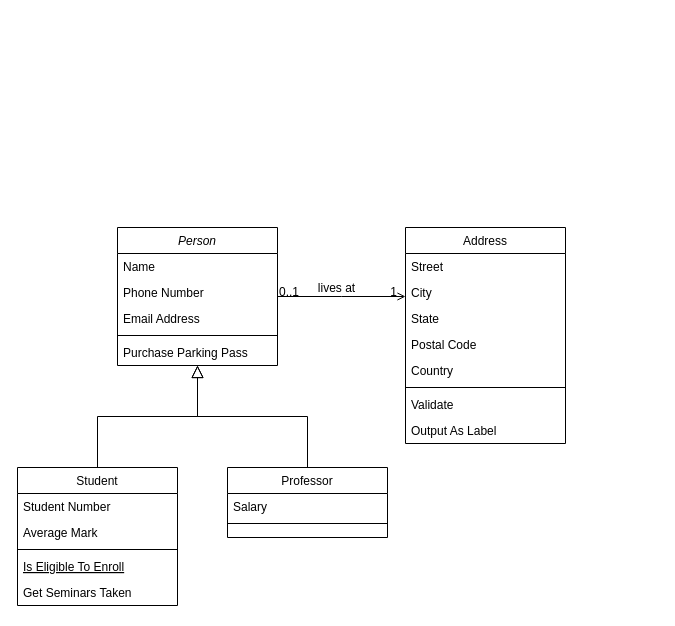
ArexdOr/ImgBed keeps this draw.io diagram as 软件设计第四章.drawio. Above is the earlier version. Source tidied: cells renumbered, new cells numbered last; positions are measured from the earlier drawing's top-left corner, leaving out a move shared by most shapes. Both pictures are drawn from the tidied source at 100%, with x=0, y=0 at pixel (17, 227).
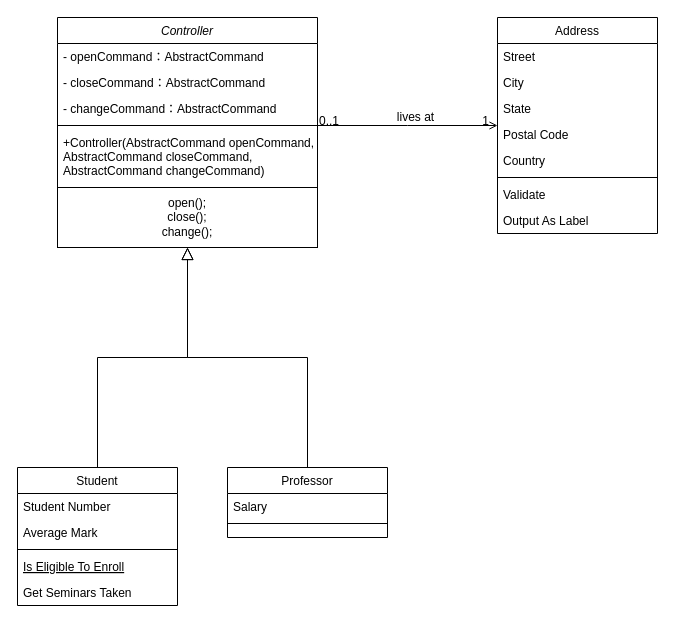
The same diagram, later.

Commit message (it also covers changes not shown here):
更新软件设计第四章.drawio

Diff of the diagram source:
```diff
@@
-    <mxCell id="2" value="Person" style="swimlane;fontStyle=2;align=center;verticalAlign=top;horizontal=1;startSize=26;rounded=0;shadow=0;strokeWidth=1;" parent="1" vertex="1">
-      <mxGeometry x="100" width="160" height="138" as="geometry" />
+    <mxCell id="2" value="Controller" style="swimlane;fontStyle=2;align=center;verticalAlign=top;horizontal=1;startSize=26;rounded=0;shadow=0;strokeWidth=1;" parent="1" vertex="1">
+      <mxGeometry x="40" y="-210" width="260" height="230" as="geometry" />
     </mxCell>
-    <mxCell id="3" value="Name" style="text;align=left;verticalAlign=top;spacingLeft=4;spacingRight=4;overflow=hidden;" parent="2" vertex="1">
-      <mxGeometry y="26" width="160" height="26" as="geometry" />
+    <mxCell id="3" value="- openCommand：AbstractCommand" style="text;align=left;verticalAlign=top;spacingLeft=4;spacingRight=4;overflow=hidden;" parent="2" vertex="1">
+      <mxGeometry y="26" width="260" height="26" as="geometry" />
     </mxCell>
-    <mxCell id="4" value="Phone Number" style="text;align=left;verticalAlign=top;spacingLeft=4;spacingRight=4;overflow=hidden;rounded=0;shadow=0;html=0;" parent="2" vertex="1">
-      <mxGeometry y="52" width="160" height="26" as="geometry" />
-    </mxCell>
-    <mxCell id="5" value="Email Address" style="text;align=left;verticalAlign=top;spacingLeft=4;spacingRight=4;overflow=hidden;rounded=0;shadow=0;html=0;" parent="2" vertex="1">
-      <mxGeometry y="78" width="160" height="26" as="geometry" />
-    </mxCell>
+    <mxCell id="32" value="- closeCommand：AbstractCommand" style="text;align=left;verticalAlign=top;spacingLeft=4;spacingRight=4;overflow=hidden;" parent="2" vertex="1">
+      <mxGeometry y="52" width="260" height="26" as="geometry" />
+    </mxCell>
+    <mxCell id="33" value="- changeCommand：AbstractCommand" style="text;align=left;verticalAlign=top;spacingLeft=4;spacingRight=4;overflow=hidden;" parent="2" vertex="1">
+      <mxGeometry y="78" width="260" height="26" as="geometry" />
+    </mxCell>
     <mxCell id="6" style="line;html=1;strokeWidth=1;align=left;verticalAlign=middle;spacingTop=-1;spacingLeft=3;spacingRight=3;labelPosition=right;" parent="2" vertex="1">
-      <mxGeometry y="104" width="160" height="8" as="geometry" />
+      <mxGeometry y="104" width="260" height="8" as="geometry" />
     </mxCell>
-    <mxCell id="7" value="Purchase Parking Pass" style="text;align=left;verticalAlign=top;spacingLeft=4;spacingRight=4;overflow=hidden;" parent="2" vertex="1">
-      <mxGeometry y="112" width="160" height="26" as="geometry" />
+    <mxCell id="7" value="+Controller(AbstractCommand openCommand,&#10;AbstractCommand closeCommand,&#10;AbstractCommand changeCommand)" style="text;align=left;verticalAlign=top;spacingLeft=4;spacingRight=4;overflow=hidden;" parent="2" vertex="1">
+      <mxGeometry y="112" width="260" height="58" as="geometry" />
     </mxCell>
+    <mxCell id="34" value="open();&lt;br&gt;close();&lt;br&gt;change();" style="whiteSpace=wrap;html=1;" parent="2" vertex="1">
+      <mxGeometry y="170" width="260" height="60" as="geometry" />
+    </mxCell>
@@
     <mxCell id="19" value="Address" style="swimlane;fontStyle=0;align=center;verticalAlign=top;horizontal=1;startSize=26;rounded=0;shadow=0;strokeWidth=1;" parent="1" vertex="1">
-      <mxGeometry x="388" width="160" height="216" as="geometry" />
+      <mxGeometry x="480" y="-210" width="160" height="216" as="geometry" />
     </mxCell>
```
